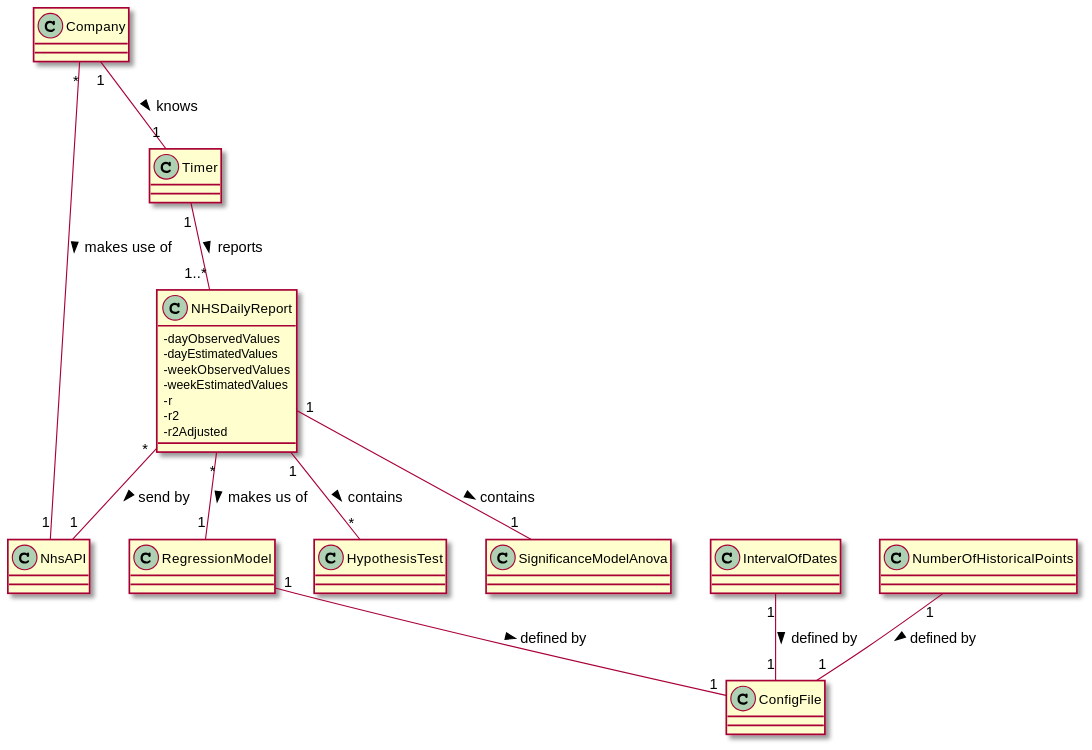
ana-albergaria/LAPR2-ISEP keeps this PlantUML diagram as docs/SprintD/US_19/US19_DM.svg. Above is the earlier version.
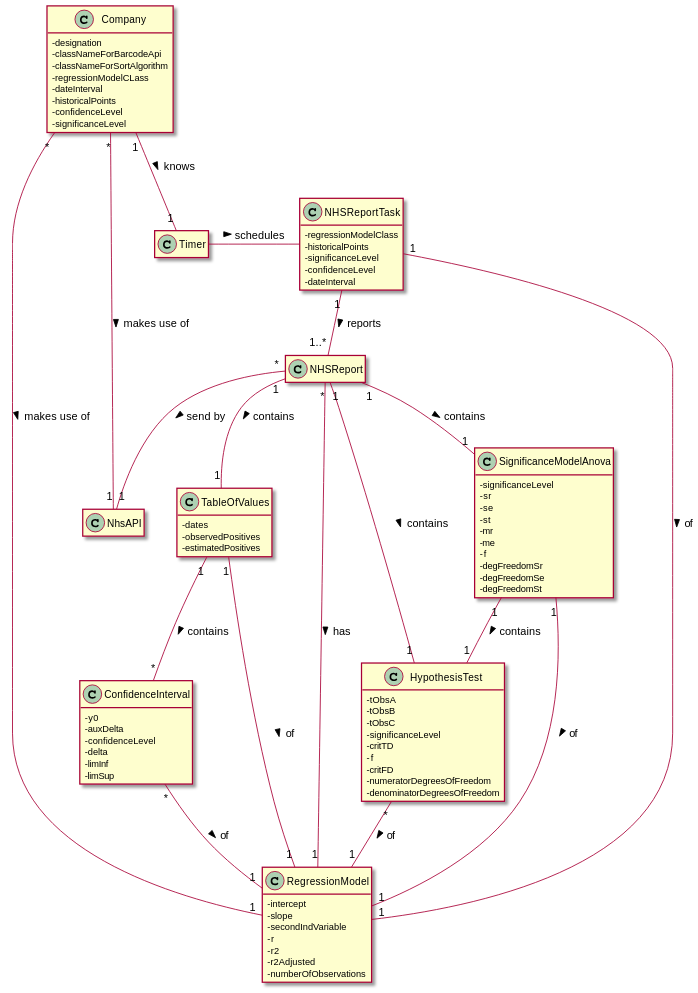
After the commit.

What changed in the source:
```diff
@@ -1,42 +1,105 @@
 @startuml
 
 skinparam classAttributeIconSize 0
+hide empty methods
+hide empty attributes
+
+class Company {
+-designation
+-classNameForBarcodeApi
+-classNameForSortAlgorithm
+-regressionModelCLass
+-dateInterval
+-historicalPoints
+-confidenceLevel
+-significanceLevel
+}
 
 class Timer {}
+
 class NhsAPI{}
-class NHSReport {
-- dayObservedValues
-- dayEstimatedValues
-- weekObservedValues
-- weekEstimatedValues
-- r
-- r2
-- r2Adjusted
+
+class NHSReport {}
+
+class RegressionModel {
+-intercept
+-slope
+-secondIndVariable
+-r
+-r2
+-r2Adjusted
+-numberOfObservations
 }
 
-class RegressionModel {}
 
-class ConfigFile {}
 
-class IntervalOfDates {}
 
-class NumberOfHistoricalPoints {}
+class HypothesisTest {
+-tObsA
+-tObsB
+-tObsC
+-significanceLevel
+-critTD
+-f
+-critFD
+-numeratorDegreesOfFreedom
+-denominatorDegreesOfFreedom
+}
 
-class HypothesisTest {}
+class SignificanceModelAnova {
+-significanceLevel
+-sr
+-se
+-st
+-mr
+-me
+-f
+-degFreedomSr
+-degFreedomSe
+-degFreedomSt
+}
 
-class SignificanceModelAnova {}
+class TableOfValues {
+-dates
+-observedPositives
+-estimatedPositives
+}
 
-Timer "1" -- "1..*" NHSReport : reports >
+class ConfidenceInterval {
+-y0
+-auxDelta
+-confidenceLevel
+-delta
+-limInf
+-limSup
+}
+
+class NHSReportTask {
+-regressionModelClass
+-historicalPoints
+-significanceLevel
+-confidenceLevel
+-dateInterval
+}
+
+NHSReportTask "1" -- "1..*" NHSReport : reports >
 Company "1" -- "1" Timer : knows >
 Company "*" - "1" NhsAPI : makes use of >
 NHSReport "*" -- "1" NhsAPI : send by >
-NHSReport "*" -- "1" RegressionModel : makes us of >
-NHSReport "1" -- "*" HypothesisTest : contains >
+NHSReport "*" -- "1" RegressionModel : has >
+NHSReport "1" -- "1" HypothesisTest : contains >
 NHSReport "1" -- "1" SignificanceModelAnova : contains >
+Company "*" -- "1" RegressionModel : makes use of >
+HypothesisTest "*" -- "1" RegressionModel : of >
+SignificanceModelAnova "1" -- "1" RegressionModel : of >
+SignificanceModelAnova "1" -- "1" HypothesisTest : contains >
+NHSReport "1" -- "1" TableOfValues : contains >
+TableOfValues "1" -- "1" RegressionModel : of >
+TableOfValues "1" -- "*" ConfidenceInterval : contains >
+ConfidenceInterval "*" -- "1" RegressionModel : of >
+Timer - NHSReportTask : schedules >
+NHSReportTask "1" -- "1" RegressionModel : of >
 
-RegressionModel "1" -- "1" ConfigFile : defined by >
-IntervalOfDates "1" -- "1" ConfigFile : defined by >
-NumberOfHistoricalPoints "1" -- "1" ConfigFile : defined by >
 
 
 
```
